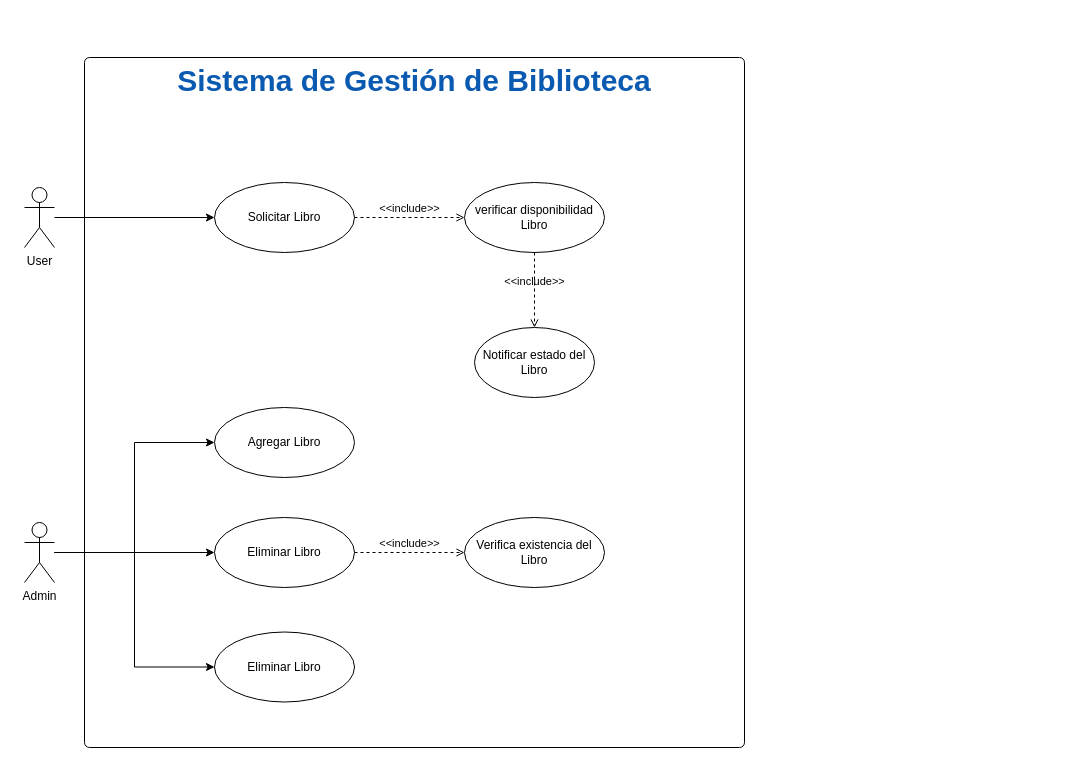
This is page "casosDeUso" (1 of 3) of Biblioteca.drawio from jeacevedo92/Diagramas-Arquitectura, a draw.io file, before an edit. Source tidied: cells renumbered, new cells numbered last; positions are measured from the earlier drawing's top-left corner, leaving out a move shared by most shapes. Both pictures are drawn from the tidied source at 100%, with x=0, y=0 at pixel (24, 57).
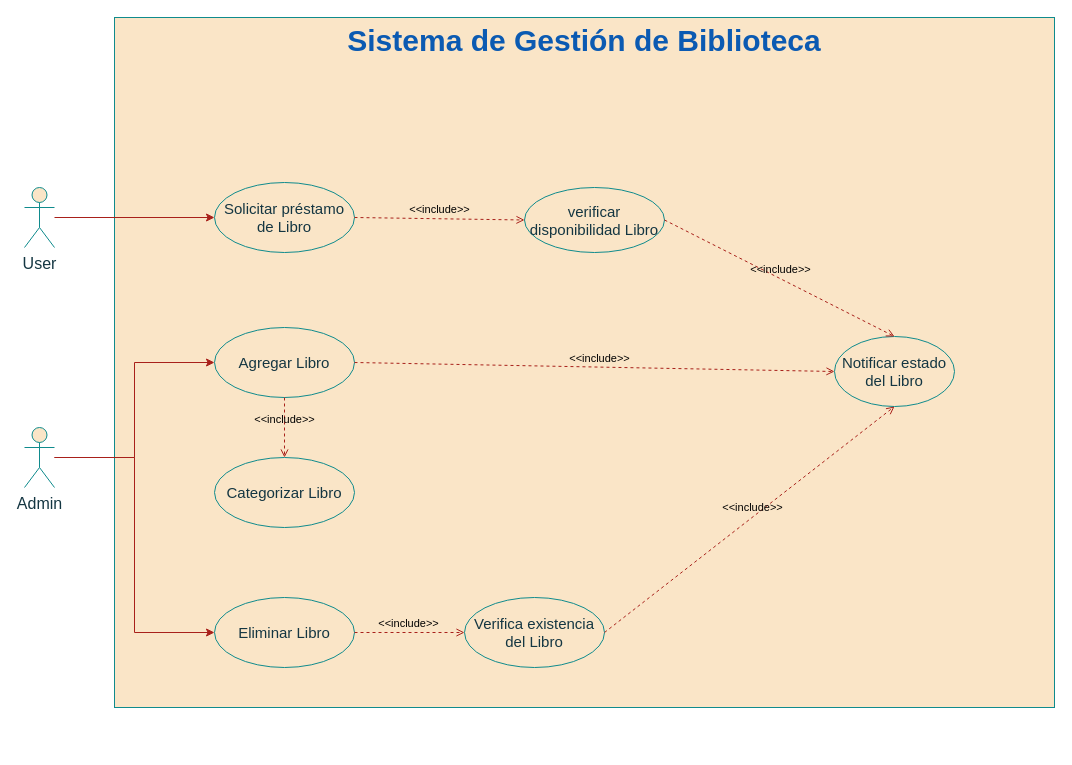
The same diagram, later.

Diff of the diagram source:
```diff
@@
-    <mxCell id="2" value="&lt;p style=&quot;margin: 0px; font-variant-numeric: normal; font-variant-east-asian: normal; font-variant-alternates: normal; font-kerning: auto; font-optical-sizing: auto; font-feature-settings: normal; font-variation-settings: normal; font-variant-position: normal; font-stretch: normal; line-height: normal; color: rgb(11, 90, 178); -webkit-text-stroke-color: rgb(0, 0, 0);&quot; class=&quot;p1&quot;&gt;&lt;span style=&quot;font-variant-ligatures: no-common-ligatures;&quot; class=&quot;s1&quot;&gt;&lt;b style=&quot;&quot;&gt;&lt;font style=&quot;font-size: 30px;&quot;&gt;Sistema de Gestión de Biblioteca&lt;/font&gt;&lt;/b&gt;&lt;/span&gt;&lt;/p&gt;" style="html=1;align=center;verticalAlign=top;rounded=1;absoluteArcSize=1;arcSize=10;dashed=0;whiteSpace=wrap;" parent="1" vertex="1">
-      <mxGeometry x="60" width="660" height="690" as="geometry" />
+    <mxCell id="2" value="&lt;p style=&quot;margin: 0px; font-variant-numeric: normal; font-variant-east-asian: normal; font-variant-alternates: normal; font-kerning: auto; font-optical-sizing: auto; font-feature-settings: normal; font-variation-settings: normal; font-variant-position: normal; font-stretch: normal; line-height: normal; color: rgb(11, 90, 178); -webkit-text-stroke-color: rgb(0, 0, 0);&quot; class=&quot;p1&quot;&gt;&lt;span style=&quot;font-variant-ligatures: no-common-ligatures;&quot; class=&quot;s1&quot;&gt;&lt;b style=&quot;&quot;&gt;&lt;font style=&quot;font-size: 30px;&quot;&gt;Sistema de Gestión de Biblioteca&lt;/font&gt;&lt;/b&gt;&lt;/span&gt;&lt;/p&gt;" style="html=1;align=center;verticalAlign=top;rounded=0;absoluteArcSize=1;arcSize=10;dashed=0;whiteSpace=wrap;labelBackgroundColor=none;labelBorderColor=none;fillColor=#FAE5C7;strokeColor=#0F8B8D;fontColor=#143642;" parent="1" vertex="1">
+      <mxGeometry x="90" y="-40" width="940" height="690" as="geometry" />
     </mxCell>
-    <mxCell id="3" style="edgeStyle=orthogonalEdgeStyle;rounded=0;jettySize=auto;html=1;entryX=0;entryY=0.5;entryDx=0;entryDy=0;" parent="1" edge="1" source="4" target="10">
+    <mxCell id="3" style="edgeStyle=orthogonalEdgeStyle;rounded=0;jettySize=auto;html=1;entryX=0;entryY=0.5;entryDx=0;entryDy=0;labelBackgroundColor=none;fontColor=default;strokeColor=#A8201A;" parent="1" edge="1" source="4" target="10">
       <mxGeometry relative="1" as="geometry" />
     </mxCell>
-    <mxCell id="4" value="User" style="shape=umlActor;verticalLabelPosition=bottom;verticalAlign=top;html=1;" parent="1" vertex="1">
+    <mxCell id="4" value="User" style="shape=umlActor;verticalLabelPosition=bottom;verticalAlign=top;html=1;fontSize=16;labelBackgroundColor=none;rounded=0;fillColor=#FAE5C7;strokeColor=#0F8B8D;fontColor=#143642;" parent="1" vertex="1">
       <mxGeometry y="130" width="30" height="60" as="geometry" />
     </mxCell>
-    <mxCell id="5" value="Agregar Libro" style="ellipse;whiteSpace=wrap;html=1;" parent="1" vertex="1">
-      <mxGeometry x="190" y="350" width="140" height="70" as="geometry" />
+    <mxCell id="5" value="Agregar Libro" style="ellipse;whiteSpace=wrap;html=1;fontSize=15;labelBackgroundColor=none;rounded=0;fillColor=#FAE5C7;strokeColor=#0F8B8D;fontColor=#143642;" parent="1" vertex="1">
+      <mxGeometry x="190" y="270" width="140" height="70" as="geometry" />
     </mxCell>
-    <mxCell id="6" style="edgeStyle=orthogonalEdgeStyle;rounded=0;jettySize=auto;html=1;entryX=0;entryY=0.5;entryDx=0;entryDy=0;" parent="1" edge="1" source="9" target="5">
+    <mxCell id="6" style="edgeStyle=orthogonalEdgeStyle;rounded=0;jettySize=auto;html=1;entryX=0;entryY=0.5;entryDx=0;entryDy=0;labelBackgroundColor=none;fontColor=default;strokeColor=#A8201A;" parent="1" edge="1" source="9" target="5">
       <mxGeometry relative="1" as="geometry" />
     </mxCell>
-    <mxCell id="7" style="edgeStyle=orthogonalEdgeStyle;rounded=0;jettySize=auto;html=1;entryX=0;entryY=0.5;entryDx=0;entryDy=0;" parent="1" edge="1" source="9" target="13">
+    <mxCell id="7" style="edgeStyle=orthogonalEdgeStyle;rounded=0;jettySize=auto;html=1;entryX=0;entryY=0.5;entryDx=0;entryDy=0;labelBackgroundColor=none;fontColor=default;strokeColor=#A8201A;" parent="1" edge="1" source="9" target="13">
       <mxGeometry relative="1" as="geometry" />
     </mxCell>
-    <mxCell id="8" style="edgeStyle=orthogonalEdgeStyle;rounded=0;jettySize=auto;html=1;entryX=0;entryY=0.5;entryDx=0;entryDy=0;" parent="1" edge="1" source="9" target="17">
-      <mxGeometry relative="1" as="geometry" />
-    </mxCell>
-    <mxCell id="9" value="Admin" style="shape=umlActor;verticalLabelPosition=bottom;verticalAlign=top;html=1;" parent="1" vertex="1">
-      <mxGeometry y="465" width="30" height="60" as="geometry" />
+    <mxCell id="9" value="Admin" style="shape=umlActor;verticalLabelPosition=bottom;verticalAlign=top;html=1;fontSize=16;labelBackgroundColor=none;rounded=0;fillColor=#FAE5C7;strokeColor=#0F8B8D;fontColor=#143642;" parent="1" vertex="1">
+      <mxGeometry y="370" width="30" height="60" as="geometry" />
     </mxCell>
-    <mxCell id="10" value="Solicitar Libro" style="ellipse;whiteSpace=wrap;html=1;" parent="1" vertex="1">
+    <mxCell id="10" value="Solicitar préstamo de Libro" style="ellipse;whiteSpace=wrap;html=1;fontSize=15;labelBackgroundColor=none;rounded=0;fillColor=#FAE5C7;strokeColor=#0F8B8D;fontColor=#143642;" parent="1" vertex="1">
       <mxGeometry x="190" y="125" width="140" height="70" as="geometry" />
     </mxCell>
-    <mxCell id="11" value="verificar disponibilidad Libro" style="ellipse;whiteSpace=wrap;html=1;" parent="1" vertex="1">
-      <mxGeometry x="440" y="125" width="140" height="70" as="geometry" />
+    <mxCell id="11" value="verificar disponibilidad Libro" style="ellipse;whiteSpace=wrap;html=1;fontSize=15;labelBackgroundColor=none;rounded=0;fillColor=#FAE5C7;strokeColor=#0F8B8D;fontColor=#143642;" parent="1" vertex="1">
+      <mxGeometry x="500" y="130" width="140" height="65" as="geometry" />
     </mxCell>
-    <mxCell id="12" value="&amp;lt;&amp;lt;include&amp;gt;&amp;gt;" style="html=1;verticalAlign=bottom;labelBackgroundColor=none;endArrow=open;endFill=0;dashed=1;rounded=0;exitX=1;exitY=0.5;exitDx=0;exitDy=0;entryX=0;entryY=0.5;entryDx=0;entryDy=0;" parent="1" edge="1" source="10" target="11">
+    <mxCell id="12" value="&amp;lt;&amp;lt;include&amp;gt;&amp;gt;" style="html=1;verticalAlign=bottom;labelBackgroundColor=none;endArrow=open;endFill=0;dashed=1;rounded=0;exitX=1;exitY=0.5;exitDx=0;exitDy=0;entryX=0;entryY=0.5;entryDx=0;entryDy=0;fontColor=default;strokeColor=#A8201A;" parent="1" edge="1" source="10" target="11">
       <mxGeometry relative="1" as="geometry" />
     </mxCell>
-    <mxCell id="13" value="Eliminar Libro" style="ellipse;whiteSpace=wrap;html=1;" parent="1" vertex="1">
-      <mxGeometry x="190" y="460" width="140" height="70" as="geometry" />
+    <mxCell id="13" value="Eliminar Libro" style="ellipse;whiteSpace=wrap;html=1;fontSize=15;labelBackgroundColor=none;rounded=0;fillColor=#FAE5C7;strokeColor=#0F8B8D;fontColor=#143642;" parent="1" vertex="1">
+      <mxGeometry x="190" y="540" width="140" height="70" as="geometry" />
     </mxCell>
-    <mxCell id="14" value="Verifica existencia del Libro" style="ellipse;whiteSpace=wrap;html=1;" parent="1" vertex="1">
-      <mxGeometry x="440" y="460" width="140" height="70" as="geometry" />
+    <mxCell id="14" value="Verifica existencia del Libro" style="ellipse;whiteSpace=wrap;html=1;fontSize=15;labelBackgroundColor=none;rounded=0;fillColor=#FAE5C7;strokeColor=#0F8B8D;fontColor=#143642;" parent="1" vertex="1">
+      <mxGeometry x="440" y="540" width="140" height="70" as="geometry" />
     </mxCell>
-    <mxCell id="15" value="&amp;lt;&amp;lt;include&amp;gt;&amp;gt;" style="html=1;verticalAlign=bottom;labelBackgroundColor=none;endArrow=open;endFill=0;dashed=1;rounded=0;exitX=1;exitY=0.5;exitDx=0;exitDy=0;entryX=0;entryY=0.5;entryDx=0;entryDy=0;" parent="1" edge="1" source="13" target="14">
-      <mxGeometry relative="1" as="geometry" />
+    <mxCell id="15" value="&amp;lt;&amp;lt;include&amp;gt;&amp;gt;" style="html=1;verticalAlign=bottom;labelBackgroundColor=none;endArrow=open;endFill=0;dashed=1;rounded=0;exitX=1;exitY=0.5;exitDx=0;exitDy=0;entryX=0;entryY=0.5;entryDx=0;entryDy=0;fontColor=default;strokeColor=#A8201A;" parent="1" edge="1" source="13" target="14">
+      <mxGeometry x="-0.01" relative="1" as="geometry" />
     </mxCell>
-    <mxCell id="16" value="Notificar estado del Libro" style="ellipse;whiteSpace=wrap;html=1;" parent="1" vertex="1">
-      <mxGeometry x="450" y="270" width="120" height="70" as="geometry" />
+    <mxCell id="16" value="Notificar estado del Libro" style="ellipse;whiteSpace=wrap;html=1;fontSize=15;labelBackgroundColor=none;rounded=0;fillColor=#FAE5C7;strokeColor=#0F8B8D;fontColor=#143642;" parent="1" vertex="1">
+      <mxGeometry x="810" y="279" width="120" height="70" as="geometry" />
     </mxCell>
-    <mxCell id="17" value="Eliminar Libro" style="ellipse;whiteSpace=wrap;html=1;" parent="1" vertex="1">
-      <mxGeometry x="190" y="574.5" width="140" height="70" as="geometry" />
-    </mxCell>
-    <mxCell id="18" value="&amp;lt;&amp;lt;include&amp;gt;&amp;gt;" style="html=1;verticalAlign=bottom;labelBackgroundColor=none;endArrow=open;endFill=0;dashed=1;rounded=0;exitX=0.5;exitY=1;exitDx=0;exitDy=0;entryX=0.5;entryY=0;entryDx=0;entryDy=0;" parent="1" edge="1" source="11" target="16">
-      <mxGeometry relative="1" as="geometry" />
+    <mxCell id="18" value="&amp;lt;&amp;lt;include&amp;gt;&amp;gt;" style="html=1;verticalAlign=bottom;labelBackgroundColor=none;endArrow=open;endFill=0;dashed=1;rounded=0;exitX=1;exitY=0.5;exitDx=0;exitDy=0;entryX=0.5;entryY=0;entryDx=0;entryDy=0;fontColor=default;strokeColor=#A8201A;" parent="1" edge="1" source="11" target="16">
+      <mxGeometry x="0.01" relative="1" as="geometry" />
     </mxCell>
+    <mxCell id="19" value="&amp;lt;&amp;lt;include&amp;gt;&amp;gt;" style="html=1;verticalAlign=bottom;labelBackgroundColor=none;endArrow=open;endFill=0;dashed=1;rounded=0;exitX=1;exitY=0.5;exitDx=0;exitDy=0;entryX=0;entryY=0.5;entryDx=0;entryDy=0;fontColor=default;strokeColor=#A8201A;" parent="1" edge="1" source="5" target="16">
+      <mxGeometry x="0.02" relative="1" as="geometry" />
+    </mxCell>
+    <mxCell id="20" value="Categorizar Libro" style="ellipse;whiteSpace=wrap;html=1;fontSize=15;labelBackgroundColor=none;rounded=0;fillColor=#FAE5C7;strokeColor=#0F8B8D;fontColor=#143642;" parent="1" vertex="1">
+      <mxGeometry x="190" y="400" width="140" height="70" as="geometry" />
+    </mxCell>
+    <mxCell id="21" value="&amp;lt;&amp;lt;include&amp;gt;&amp;gt;" style="html=1;verticalAlign=bottom;labelBackgroundColor=none;endArrow=open;endFill=0;dashed=1;rounded=0;exitX=0.5;exitY=1;exitDx=0;exitDy=0;entryX=0.5;entryY=0;entryDx=0;entryDy=0;fontColor=default;strokeColor=#A8201A;" parent="1" edge="1" source="5" target="20">
+      <mxGeometry x="0.02" relative="1" as="geometry" />
+    </mxCell>
+    <mxCell id="22" value="&amp;lt;&amp;lt;include&amp;gt;&amp;gt;" style="html=1;verticalAlign=bottom;labelBackgroundColor=none;endArrow=open;endFill=0;dashed=1;rounded=0;exitX=1;exitY=0.5;exitDx=0;exitDy=0;entryX=0.5;entryY=1;entryDx=0;entryDy=0;fontColor=default;strokeColor=#A8201A;" parent="1" edge="1" source="14" target="16">
+      <mxGeometry x="0.02" relative="1" as="geometry" />
+    </mxCell>
```
